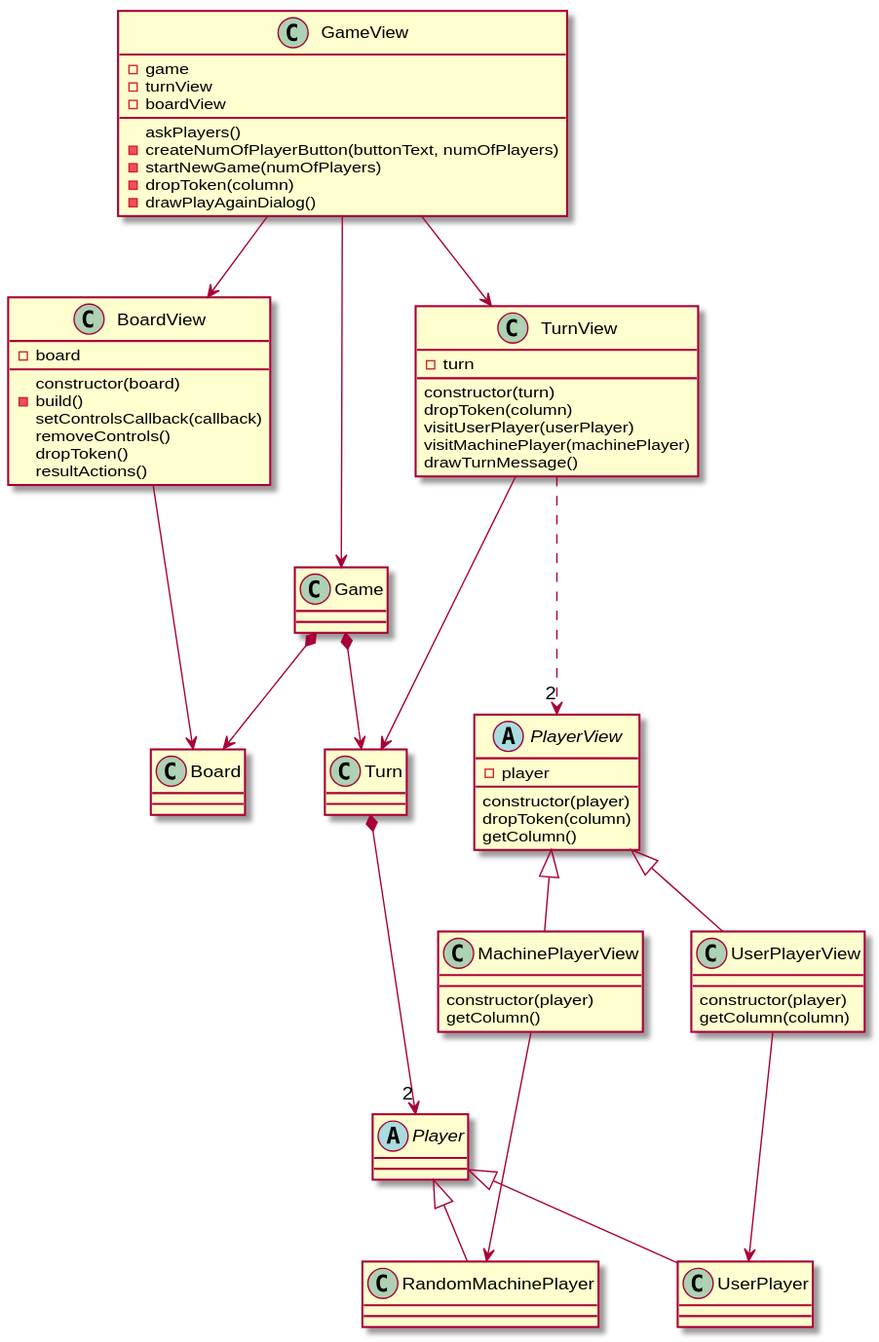
Earlier version of the PlantUML export src/uml/Connect4.svg (EscuelaIt/Conecta-4-soluci-n-de-Nelson).
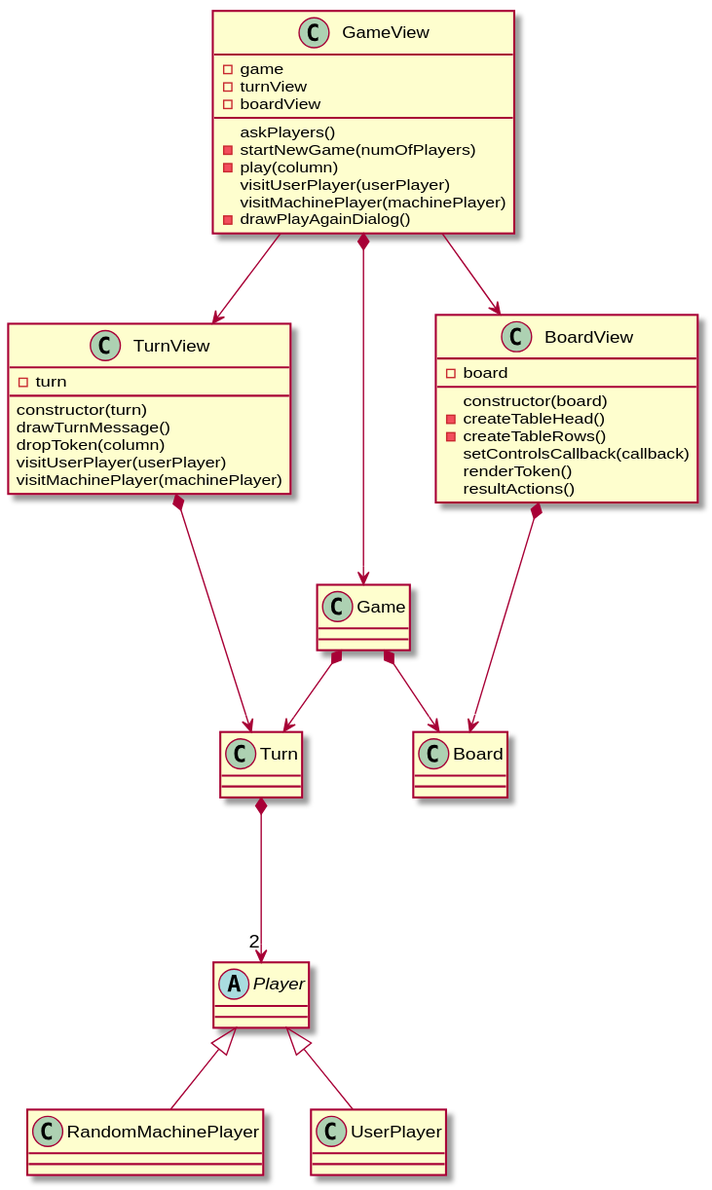
After the change.

Change to the diagram source:
```diff
@@ -4,63 +4,43 @@
 -turnView
 -boardView
 askPlayers()
--createNumOfPlayerButton(buttonText, numOfPlayers)
 -startNewGame(numOfPlayers)
--dropToken(column)
+-play(column)
+visitUserPlayer(userPlayer)
+visitMachinePlayer(machinePlayer)
 -drawPlayAgainDialog()
 }
 class TurnView{
 -turn
 constructor(turn)
+drawTurnMessage()
 dropToken(column)
 visitUserPlayer(userPlayer)
 visitMachinePlayer(machinePlayer)
-drawTurnMessage()
 }
 class BoardView{
 -board
 constructor(board)
--build()
+-createTableHead()
+-createTableRows()
 setControlsCallback(callback)
-removeControls()
-dropToken()
+renderToken()
 resultActions()
 }
-class MachinePlayerView{
-constructor(player)
-getColumn()
-}
-abstract class PlayerView{
--player
-constructor(player)
-dropToken(column)
-getColumn()
-}
 
-class UserPlayerView{
-constructor(player)
-getColumn(column)
-}
 Abstract    class Player
 class RandomMachinePlayer
 class UserPlayer
 
-GameView ---> Game
-GameView --> TurnView
+GameView *---> Game
+GameView -> TurnView
 GameView -> BoardView
-BoardView --> Board
-TurnView --> Turn
+BoardView *--> Board
+TurnView *--> Turn
 Turn *---> "2" Player
 Game *--> Turn
 Game *--> Board
-TurnView -.-> "2" PlayerView
-PlayerView <|-- UserPlayerView
-PlayerView <|-- MachinePlayerView
 Player <|-- RandomMachinePlayer
 Player <|-- UserPlayer
-MachinePlayerView ---> RandomMachinePlayer
-UserPlayerView ---> UserPlayer
-
-
 
 @enduml
```
